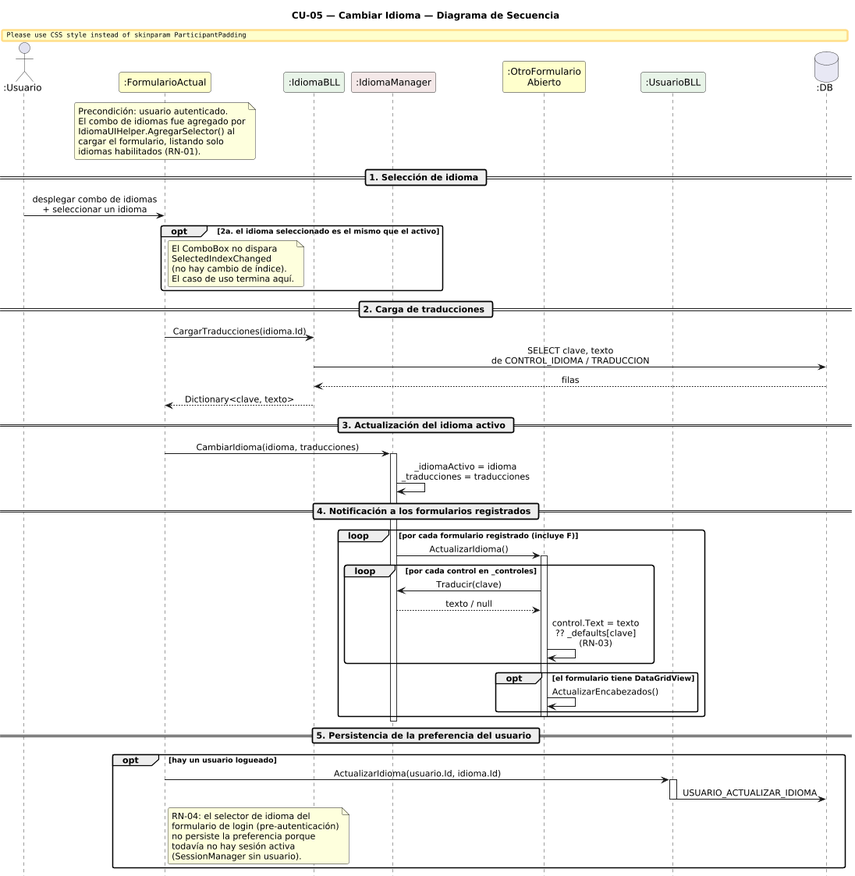
Above: DIAGRAMAS/DiagramaSecuencia_CU05_CambiarIdioma.png in Jesifu/club-de-vinos-td (PlantUML), before the change. The source it was exported from:
```plantuml
@startuml DiagramaSecuencia_CU05_CambiarIdioma

title CU-05 — Cambiar Idioma — Diagrama de Secuencia

skinparam shadowing false
skinparam roundcorner 6
skinparam sequenceArrowThickness 1.2
skinparam ParticipantPadding 14
skinparam sequenceMessageAlign center
hide footbox
scale 0.85

actor       ":Usuario"             as U
participant ":FormularioActual"    as F  #FEFECE
participant ":IdiomaBLL"           as IB #E8F4E8
participant ":IdiomaManager"       as IM #F4E8E8
participant ":OtroFormulario\nAbierto" as F2 #FEFECE
participant ":UsuarioBLL"          as UB #E8F4E8
database    ":DB"                  as DB #E8E8F4

note over F
  Precondición: usuario autenticado.
  El combo de idiomas fue agregado por
  IdiomaUIHelper.AgregarSelector() al
  cargar el formulario, listando solo
  idiomas habilitados (RN-01).
end note

== 1. Selección de idioma ==

U -> F : desplegar combo de idiomas\n+ seleccionar un idioma

opt 2a. el idioma seleccionado es el mismo que el activo
  note right of F
    El ComboBox no dispara
    SelectedIndexChanged
    (no hay cambio de índice).
    El caso de uso termina aquí.
  end note
end

== 2. Carga de traducciones ==

F -> IB : CargarTraducciones(idioma.Id)
IB -> DB : SELECT clave, texto\nde CONTROL_IDIOMA / TRADUCCION
DB --> IB : filas
IB --> F : Dictionary<clave, texto>

== 3. Actualización del idioma activo ==

F -> IM : CambiarIdioma(idioma, traducciones)
activate IM
IM -> IM : _idiomaActivo = idioma\n_traducciones = traducciones

== 4. Notificación a los formularios registrados ==

loop por cada formulario registrado (incluye F)
  IM -> F2 : ActualizarIdioma()
  activate F2

  loop por cada control en _controles
    F2 -> IM : Traducir(clave)
    IM --> F2 : texto / null
    F2 -> F2 : control.Text = texto\n?? _defaults[clave]\n(RN-03)
  end

  opt el formulario tiene DataGridView
    F2 -> F2 : ActualizarEncabezados()
  end

  deactivate F2
end
deactivate IM

== 5. Persistencia de la preferencia del usuario ==

opt hay un usuario logueado
  F -> UB : ActualizarIdioma(usuario.Id, idioma.Id)
  activate UB
  UB -> DB : USUARIO_ACTUALIZAR_IDIOMA
  deactivate UB

  note right of F
    RN-04: el selector de idioma del
    formulario de login (pre-autenticación)
    no persiste la preferencia porque
    todavía no hay sesión activa
    (SessionManager sin usuario).
  end note
end

@enduml
```
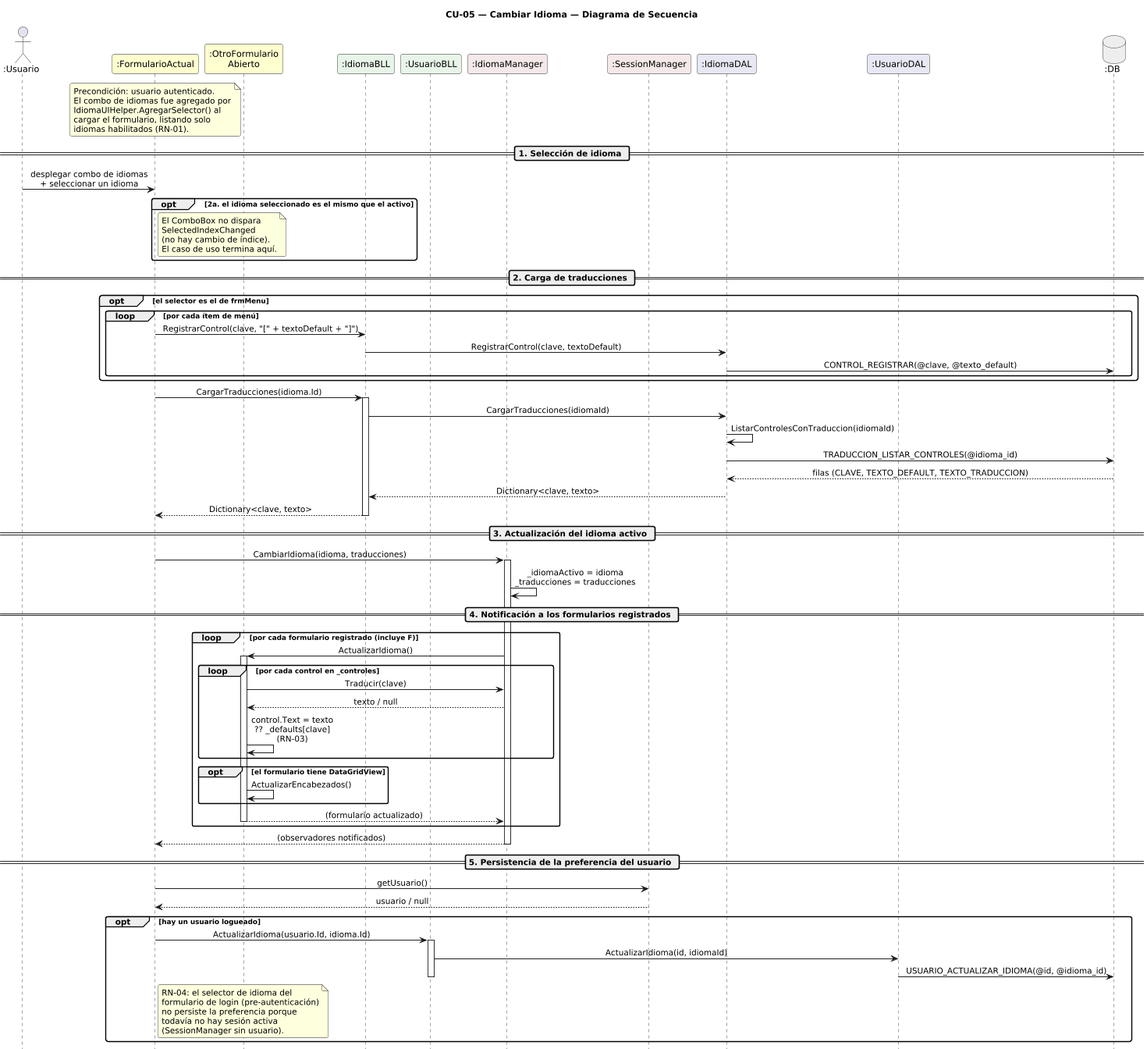
The same diagram one commit later.

The edit, as a diff of the source:
```diff
@@ -5,18 +5,20 @@
 skinparam shadowing false
 skinparam roundcorner 6
 skinparam sequenceArrowThickness 1.2
-skinparam ParticipantPadding 14
 skinparam sequenceMessageAlign center
 hide footbox
-scale 0.85
+scale 0.8
 
-actor       ":Usuario"             as U
-participant ":FormularioActual"    as F  #FEFECE
-participant ":IdiomaBLL"           as IB #E8F4E8
-participant ":IdiomaManager"       as IM #F4E8E8
+actor       ":Usuario"                 as U
+participant ":FormularioActual"        as F  #FEFECE
 participant ":OtroFormulario\nAbierto" as F2 #FEFECE
-participant ":UsuarioBLL"          as UB #E8F4E8
-database    ":DB"                  as DB #E8E8F4
+participant ":IdiomaBLL"               as IB #E8F4E8
+participant ":UsuarioBLL"              as UB #E8F4E8
+participant ":IdiomaManager"           as IM #F4E8E8
+participant ":SessionManager"          as SM #F4E8E8
+participant ":IdiomaDAL"               as IDD #E8E8F4
+participant ":UsuarioDAL"              as UD #E8E8F4
+database    ":DB"                      as DB #EEEEEE
 
 note over F
   Precondición: usuario autenticado.
@@ -41,10 +43,23 @@
 
 == 2. Carga de traducciones ==
 
+opt el selector es el de frmMenu
+  loop por cada ítem de menú
+    F -> IB : RegistrarControl(clave, "[" + textoDefault + "]")
+    IB -> IDD : RegistrarControl(clave, textoDefault)
+    IDD -> DB : CONTROL_REGISTRAR(@clave, @texto_default)
+  end
+end
+
 F -> IB : CargarTraducciones(idioma.Id)
-IB -> DB : SELECT clave, texto\nde CONTROL_IDIOMA / TRADUCCION
-DB --> IB : filas
+activate IB
+IB -> IDD : CargarTraducciones(idiomaId)
+IDD -> IDD : ListarControlesConTraduccion(idiomaId)
+IDD -> DB : TRADUCCION_LISTAR_CONTROLES(@idioma_id)
+DB --> IDD : filas (CLAVE, TEXTO_DEFAULT, TEXTO_TRADUCCION)
+IDD --> IB : Dictionary<clave, texto>
 IB --> F : Dictionary<clave, texto>
+deactivate IB
 
 == 3. Actualización del idioma activo ==
 
@@ -68,16 +83,22 @@
     F2 -> F2 : ActualizarEncabezados()
   end
 
+  F2 --> IM : (formulario actualizado)
   deactivate F2
 end
+IM --> F : (observadores notificados)
 deactivate IM
 
 == 5. Persistencia de la preferencia del usuario ==
 
+F -> SM : getUsuario()
+SM --> F : usuario / null
+
 opt hay un usuario logueado
   F -> UB : ActualizarIdioma(usuario.Id, idioma.Id)
   activate UB
-  UB -> DB : USUARIO_ACTUALIZAR_IDIOMA
+  UB -> UD : ActualizarIdioma(id, idiomaId)
+  UD -> DB : USUARIO_ACTUALIZAR_IDIOMA(@id, @idioma_id)
   deactivate UB
 
   note right of F
```
